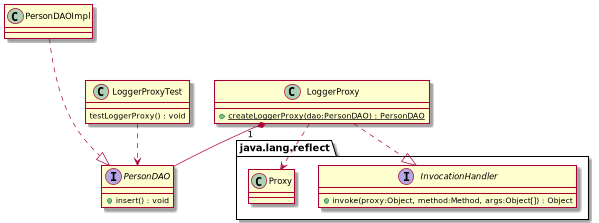
Before: src/main/java/com/rezahdrm/structural/proxy/proxyUML.png, a diagram exported from PlantUML (reza-hdrm/DesignPatterns). The source it was exported from:
```plantuml
@startuml

interface PersonDAO {
    + insert() : void
}

class PersonDAOImpl {

}

class LoggerProxy {
    + {static} createLoggerProxy(dao:PersonDAO) : PersonDAO
}

class LoggerProxyTest {
     testLoggerProxy() : void
}

interface java.lang.reflect.InvocationHandler{
    + invoke(proxy:Object, method:Method, args:Object[]) : Object
}

class java.lang.reflect.Proxy

PersonDAOImpl ...|> PersonDAO
LoggerProxy ..|> java.lang.reflect.InvocationHandler
LoggerProxy ..> java.lang.reflect.Proxy
LoggerProxy "1"*-- PersonDAO
LoggerProxyTest ..> PersonDAO

@enduml
```
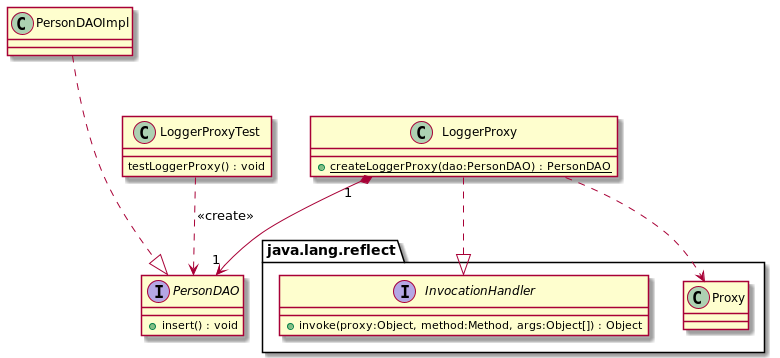
Above is the later version.

What changed in the source:
```diff
@@ -25,7 +25,7 @@
 PersonDAOImpl ...|> PersonDAO
 LoggerProxy ..|> java.lang.reflect.InvocationHandler
 LoggerProxy ..> java.lang.reflect.Proxy
-LoggerProxy "1"*-- PersonDAO
-LoggerProxyTest ..> PersonDAO
+LoggerProxy "1"*-->"1" PersonDAO
+LoggerProxyTest ..> PersonDAO : <<create>>
 
 @enduml
```
